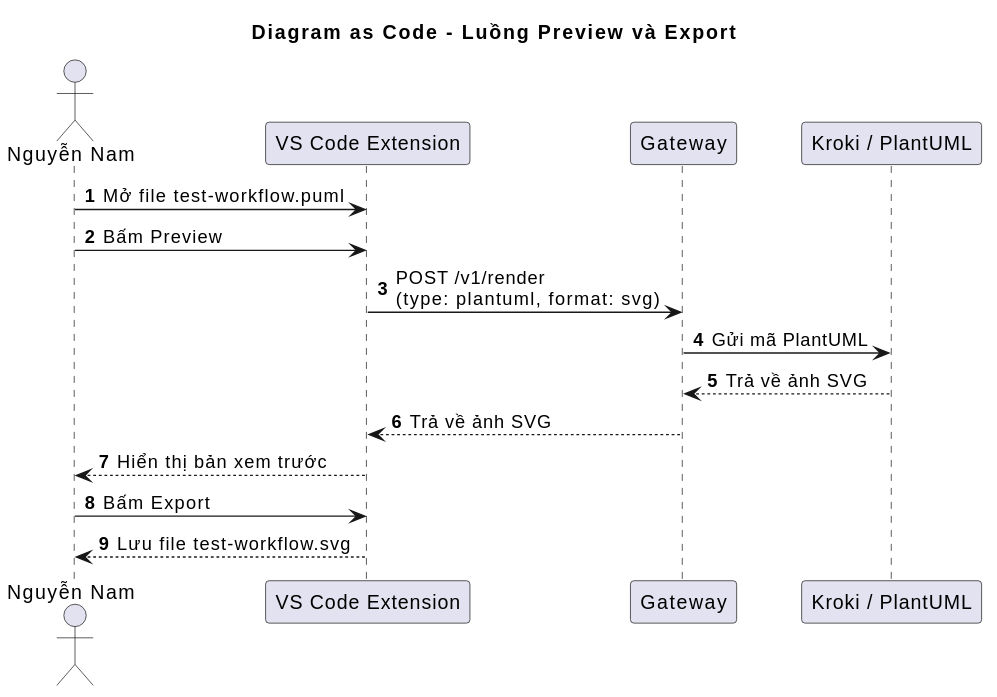
Above: docs/generated/test-workflow.svg in PhuongNam2106/upgrade-diagram-as-code (PlantUML), before the change.
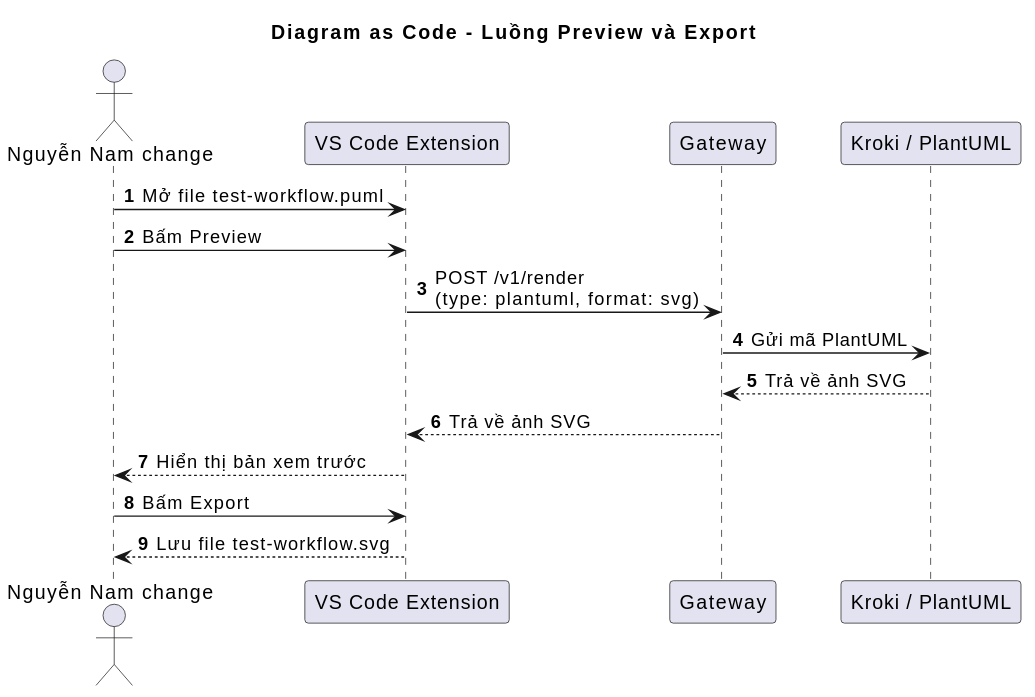
The same file after the commit.

Change to the diagram source:
```diff
@@ -3,7 +3,7 @@
 
 autonumber
 
-actor "Nguyễn Nam" as User
+actor "Nguyễn Nam change" as User
 participant "VS Code Extension" as Extension
 participant "Gateway" as Gateway
 participant "Kroki / PlantUML" as Renderer
```
